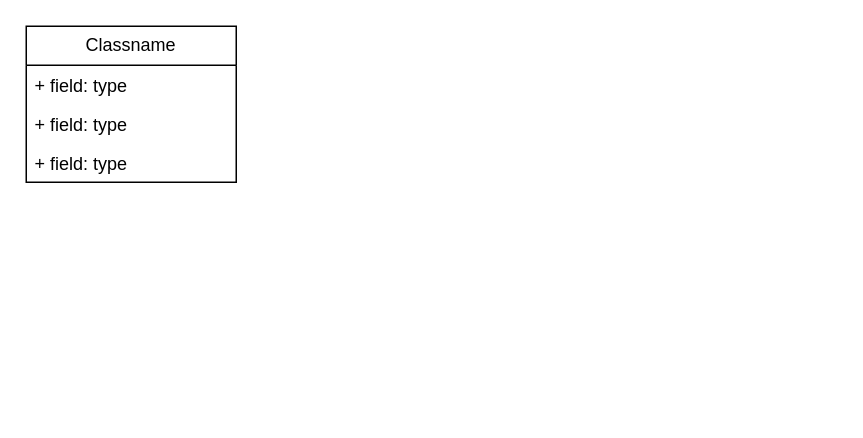
Above: UML.drawio in Rikardooliv/ProjectX (draw.io), before the change. Source tidied: cells renumbered, new cells numbered last; positions are measured from the earlier drawing's top-left corner, leaving out a move shared by most shapes. Both pictures are drawn from the tidied source at 150%, with x=0, y=0 at pixel (26, 26).
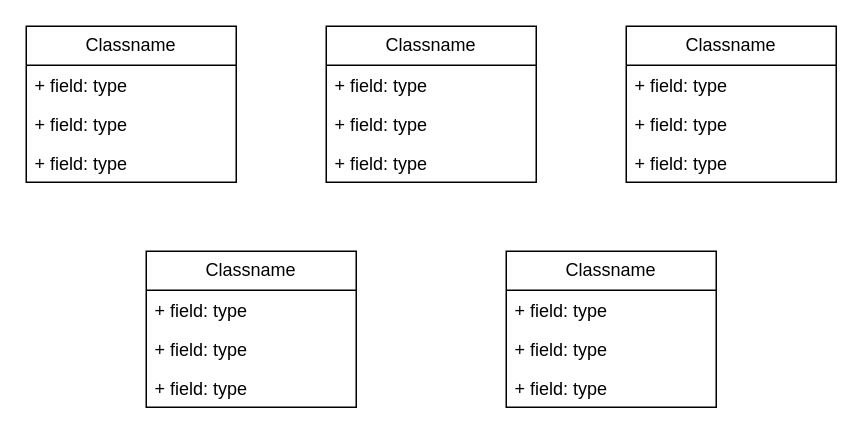
The same page after the edit.

Change to the diagram source:
```diff
@@
+    <mxCell id="6" value="Classname" style="swimlane;fontStyle=0;horizontal=1;startSize=26;fillColor=none;whiteSpace=wrap;html=1;" parent="1" vertex="1">
+      <mxGeometry x="200" width="140" height="104" as="geometry" />
+    </mxCell>
+    <mxCell id="7" value="+ field: type" style="text;strokeColor=none;fillColor=none;align=left;verticalAlign=top;spacingLeft=4;spacingRight=4;overflow=hidden;whiteSpace=wrap;html=1;" parent="6" vertex="1">
+      <mxGeometry y="26" width="140" height="26" as="geometry" />
+    </mxCell>
+    <mxCell id="8" value="+ field: type" style="text;strokeColor=none;fillColor=none;align=left;verticalAlign=top;spacingLeft=4;spacingRight=4;overflow=hidden;whiteSpace=wrap;html=1;" parent="6" vertex="1">
+      <mxGeometry y="52" width="140" height="26" as="geometry" />
+    </mxCell>
+    <mxCell id="9" value="+ field: type" style="text;strokeColor=none;fillColor=none;align=left;verticalAlign=top;spacingLeft=4;spacingRight=4;overflow=hidden;whiteSpace=wrap;html=1;" parent="6" vertex="1">
+      <mxGeometry y="78" width="140" height="26" as="geometry" />
+    </mxCell>
+    <mxCell id="10" value="Classname" style="swimlane;fontStyle=0;horizontal=1;startSize=26;fillColor=none;whiteSpace=wrap;html=1;" parent="1" vertex="1">
+      <mxGeometry x="400" width="140" height="104" as="geometry" />
+    </mxCell>
+    <mxCell id="11" value="+ field: type" style="text;strokeColor=none;fillColor=none;align=left;verticalAlign=top;spacingLeft=4;spacingRight=4;overflow=hidden;whiteSpace=wrap;html=1;" parent="10" vertex="1">
+      <mxGeometry y="26" width="140" height="26" as="geometry" />
+    </mxCell>
+    <mxCell id="12" value="+ field: type" style="text;strokeColor=none;fillColor=none;align=left;verticalAlign=top;spacingLeft=4;spacingRight=4;overflow=hidden;whiteSpace=wrap;html=1;" parent="10" vertex="1">
+      <mxGeometry y="52" width="140" height="26" as="geometry" />
+    </mxCell>
+    <mxCell id="13" value="+ field: type" style="text;strokeColor=none;fillColor=none;align=left;verticalAlign=top;spacingLeft=4;spacingRight=4;overflow=hidden;whiteSpace=wrap;html=1;" parent="10" vertex="1">
+      <mxGeometry y="78" width="140" height="26" as="geometry" />
+    </mxCell>
+    <mxCell id="14" value="Classname" style="swimlane;fontStyle=0;horizontal=1;startSize=26;fillColor=none;whiteSpace=wrap;html=1;" parent="1" vertex="1">
+      <mxGeometry x="80" y="150" width="140" height="104" as="geometry" />
+    </mxCell>
+    <mxCell id="15" value="+ field: type" style="text;strokeColor=none;fillColor=none;align=left;verticalAlign=top;spacingLeft=4;spacingRight=4;overflow=hidden;whiteSpace=wrap;html=1;" parent="14" vertex="1">
+      <mxGeometry y="26" width="140" height="26" as="geometry" />
+    </mxCell>
+    <mxCell id="16" value="+ field: type" style="text;strokeColor=none;fillColor=none;align=left;verticalAlign=top;spacingLeft=4;spacingRight=4;overflow=hidden;whiteSpace=wrap;html=1;" parent="14" vertex="1">
+      <mxGeometry y="52" width="140" height="26" as="geometry" />
+    </mxCell>
+    <mxCell id="17" value="+ field: type" style="text;strokeColor=none;fillColor=none;align=left;verticalAlign=top;spacingLeft=4;spacingRight=4;overflow=hidden;whiteSpace=wrap;html=1;" parent="14" vertex="1">
+      <mxGeometry y="78" width="140" height="26" as="geometry" />
+    </mxCell>
+    <mxCell id="18" value="Classname" style="swimlane;fontStyle=0;horizontal=1;startSize=26;fillColor=none;whiteSpace=wrap;html=1;" parent="1" vertex="1">
+      <mxGeometry x="320" y="150" width="140" height="104" as="geometry" />
+    </mxCell>
+    <mxCell id="19" value="+ field: type" style="text;strokeColor=none;fillColor=none;align=left;verticalAlign=top;spacingLeft=4;spacingRight=4;overflow=hidden;whiteSpace=wrap;html=1;" parent="18" vertex="1">
+      <mxGeometry y="26" width="140" height="26" as="geometry" />
+    </mxCell>
+    <mxCell id="20" value="+ field: type" style="text;strokeColor=none;fillColor=none;align=left;verticalAlign=top;spacingLeft=4;spacingRight=4;overflow=hidden;whiteSpace=wrap;html=1;" parent="18" vertex="1">
+      <mxGeometry y="52" width="140" height="26" as="geometry" />
+    </mxCell>
+    <mxCell id="21" value="+ field: type" style="text;strokeColor=none;fillColor=none;align=left;verticalAlign=top;spacingLeft=4;spacingRight=4;overflow=hidden;whiteSpace=wrap;html=1;" parent="18" vertex="1">
+      <mxGeometry y="78" width="140" height="26" as="geometry" />
+    </mxCell>
```
